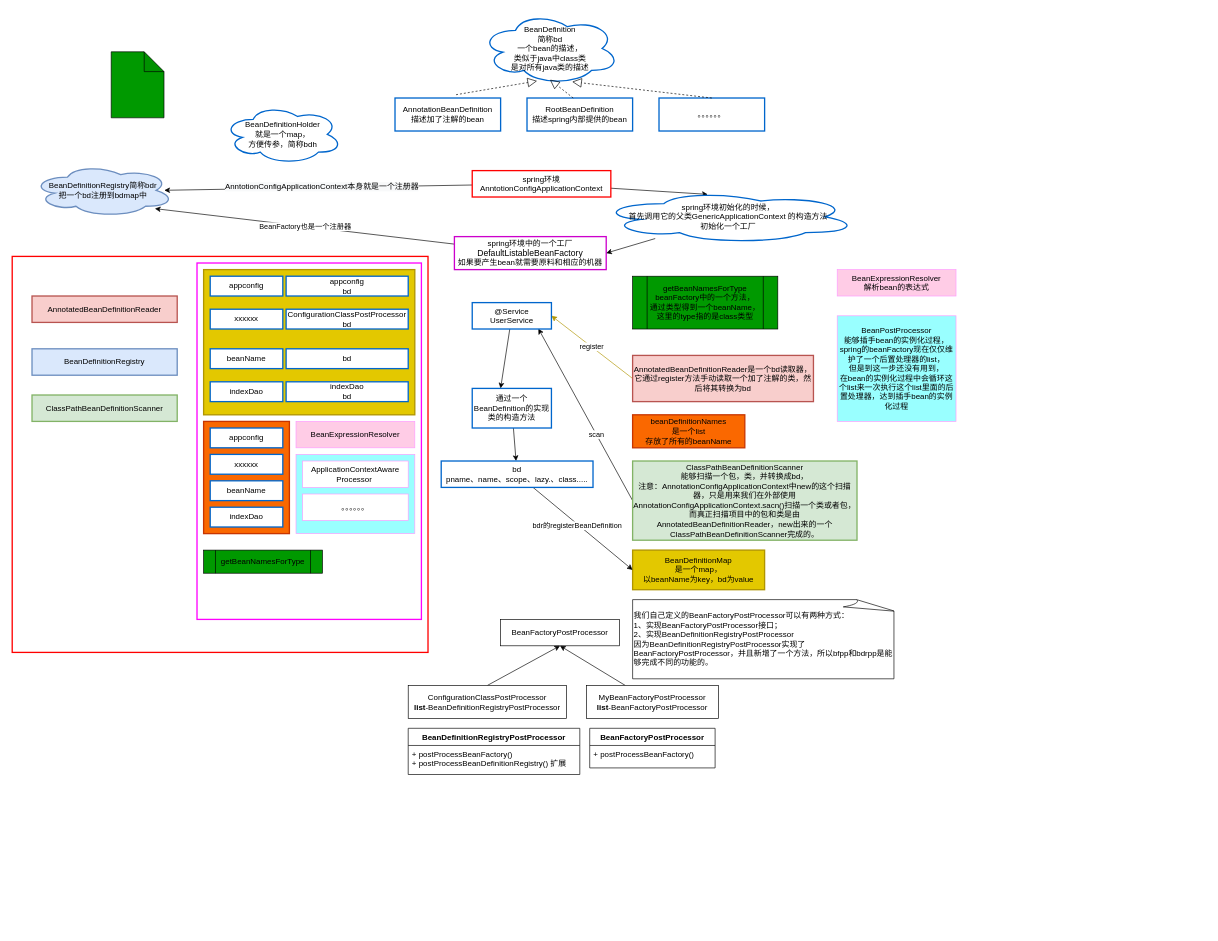
Earlier version of the draw.io diagram 未命名绘图.drawio (Joelovealonge/note). Source tidied: cells renumbered, new cells numbered last; positions are measured from the earlier drawing's top-left corner, leaving out a move shared by most shapes. Both pictures are drawn from the tidied source at 66%, with x=0, y=0 at pixel (12, 12).
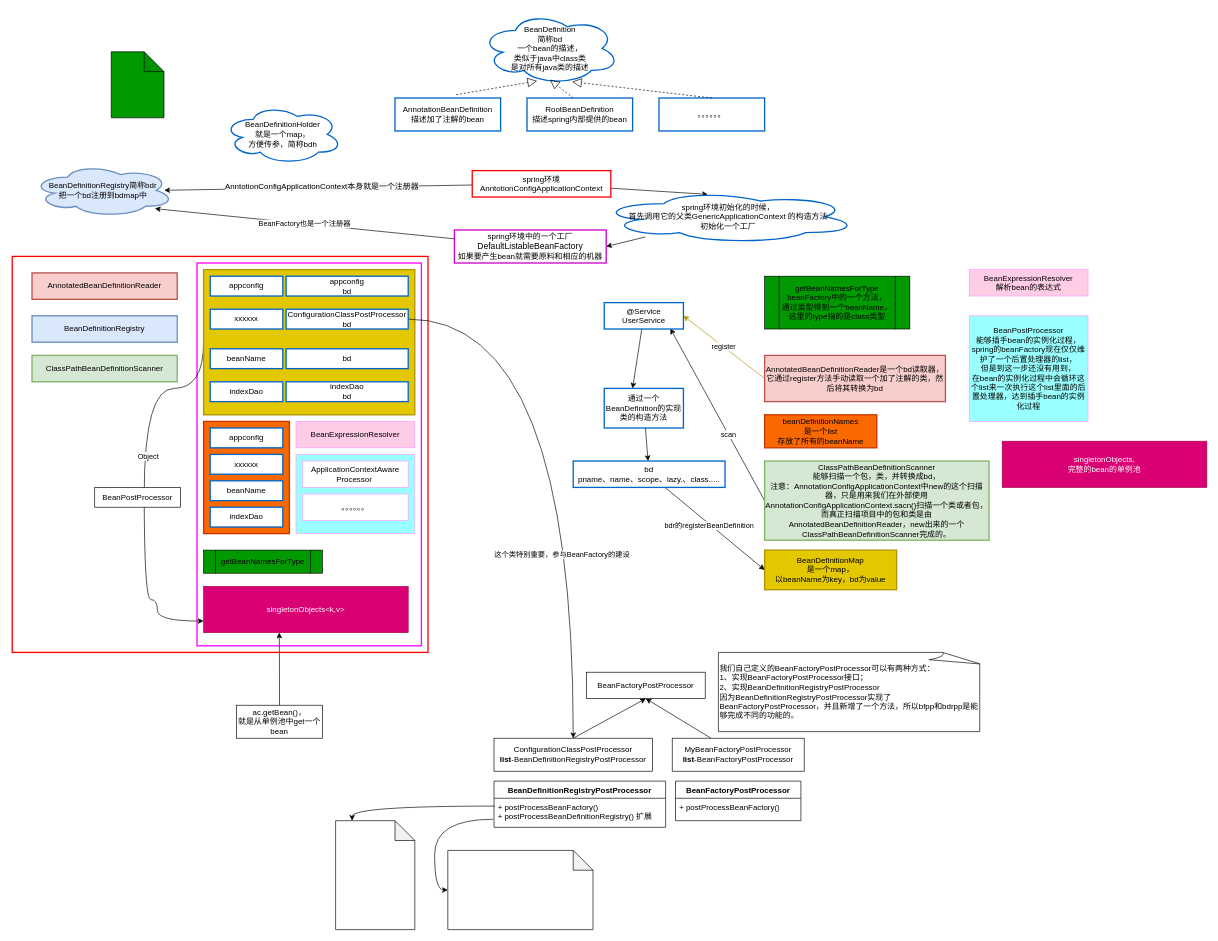
After the change.

Commit message:
更新未命名绘图.drawio

Unchanged cells that the change refers to:
```xml
<mxCell id="10" style="rounded=0;whiteSpace=wrap;html=1;strokeColor=#B09500;strokeWidth=2;fillColor=#e3c800;fontColor=#ffffff;" parent="1" vertex="1">
  <mxGeometry x="290" y="390" width="320" height="220" as="geometry" />
</mxCell>
<mxCell id="33" value="ConfigurationClassPostProcessor&lt;br&gt;bd" style="rounded=0;whiteSpace=wrap;html=1;strokeColor=#0066CC;strokeWidth=2;" parent="1" vertex="1">
  <mxGeometry x="415" y="450" width="185" height="30" as="geometry" />
</mxCell>
<mxCell id="62" value="+ postProcessBeanFactory()&#10;+ postProcessBeanDefinitionRegistry() 扩展&#10;" style="text;strokeColor=none;fillColor=none;align=left;verticalAlign=top;spacingLeft=4;spacingRight=4;overflow=hidden;points=[[0,0.5],[1,0.5]];portConstraint=eastwest;" parent="61" vertex="1">
  <mxGeometry y="26" width="260" height="44" as="geometry" />
</mxCell>
```

The edit, as a diff of the source:
```diff
@@
     <mxCell id="7" style="rounded=0;whiteSpace=wrap;html=1;strokeWidth=2;fillColor=none;strokeColor=#FF00FF;" parent="1" vertex="1">
-      <mxGeometry x="280" y="380" width="340" height="540" as="geometry" />
+      <mxGeometry x="280" y="380" width="340" height="580" as="geometry" />
     </mxCell>
@@
     <mxCell id="9" value="spring环境中的一个工厂&lt;span style=&quot;font-size: 13px&quot;&gt;DefaultListableBeanFactory&lt;br&gt;&lt;/span&gt;如果要产生bean就需要原料和相应的机器" style="rounded=0;whiteSpace=wrap;html=1;strokeWidth=2;strokeColor=#CC00CC;" parent="1" vertex="1">
-      <mxGeometry x="670" y="340" width="230" height="50" as="geometry" />
+      <mxGeometry x="670" y="330" width="230" height="50" as="geometry" />
     </mxCell>
+    <mxCell id="71" style="jettySize=auto;html=1;exitX=0;exitY=0.5;exitDx=0;exitDy=0;entryX=0;entryY=0.75;entryDx=0;entryDy=0;edgeStyle=orthogonalEdgeStyle;curved=1;strokeWidth=1;" parent="1" edge="1" source="10" target="75">
+      <mxGeometry relative="1" as="geometry">
+        <Array as="points">
+          <mxPoint x="290" y="570" />
+          <mxPoint x="200" y="570" />
+          <mxPoint x="200" y="890" />
+          <mxPoint x="220" y="890" />
+          <mxPoint x="220" y="923" />
+        </Array>
+      </mxGeometry>
+    </mxCell>
+    <mxCell id="72" value="Object" style="edgeLabel;html=1;align=center;verticalAlign=middle;" parent="71" vertex="1">
+      <mxGeometry x="-0.13" y="5" relative="1" as="geometry" />
+    </mxCell>
@@
     <mxCell id="14" value="AnnotatedBeanDefinitionReader" style="rounded=0;whiteSpace=wrap;html=1;strokeColor=#b85450;strokeWidth=2;fillColor=#f8cecc;" parent="1" vertex="1">
-      <mxGeometry x="30" y="430" width="220" height="40" as="geometry" />
+      <mxGeometry x="30" y="395" width="220" height="40" as="geometry" />
     </mxCell>
@@
     <mxCell id="16" value="AnnotatedBeanDefinitionReader是一个bd读取器，它通过register方法手动读取一个加了注解的类，然后将其转换为bd" style="rounded=0;whiteSpace=wrap;html=1;strokeColor=#b85450;strokeWidth=2;fillColor=#f8cecc;" parent="1" vertex="1">
-      <mxGeometry x="940" y="520" width="274" height="70" as="geometry" />
+      <mxGeometry x="1140" y="520" width="274" height="70" as="geometry" />
     </mxCell>
     <mxCell id="17" value="BeanDefinitionRegistry" style="rounded=0;whiteSpace=wrap;html=1;strokeColor=#6c8ebf;strokeWidth=2;fillColor=#dae8fc;" parent="1" vertex="1">
-      <mxGeometry x="30" y="510" width="220" height="40" as="geometry" />
+      <mxGeometry x="30" y="460" width="220" height="40" as="geometry" />
     </mxCell>
@@
     <mxCell id="19" value="ClassPathBeanDefinitionScanner" style="rounded=0;whiteSpace=wrap;html=1;strokeColor=#82b366;strokeWidth=2;fillColor=#d5e8d4;" parent="1" vertex="1">
-      <mxGeometry x="30" y="580" width="220" height="40" as="geometry" />
+      <mxGeometry x="30" y="520" width="220" height="40" as="geometry" />
     </mxCell>
@@
     <mxCell id="22" value="ClassPathBeanDefinitionScanner&lt;br&gt;能够扫描一个包，类，并转换成bd，&lt;br&gt;注意：AnnotationConfigApplicationContext中new的这个扫描器，只是用来我们在外部使用AnnotationConfigApplicationContext.sacn()扫描一个类或者包，&lt;br&gt;而真正扫描项目中的包和类是由AnnotatedBeanDefinitionReader，new出来的一个ClassPathBeanDefinitionScanner完成的。" style="rounded=0;whiteSpace=wrap;html=1;strokeColor=#82b366;strokeWidth=2;fillColor=#d5e8d4;" parent="1" vertex="1">
-      <mxGeometry x="940" y="680" width="340" height="120" as="geometry" />
+      <mxGeometry x="1140" y="680" width="340" height="120" as="geometry" />
     </mxCell>
@@
+    <mxCell id="73" style="edgeStyle=orthogonalEdgeStyle;curved=1;jettySize=auto;html=1;strokeWidth=1;" parent="1" edge="1" source="33" target="57">
+      <mxGeometry relative="1" as="geometry" />
+    </mxCell>
+    <mxCell id="74" value="这个类特别重要，参与BeanFactory的建设" style="edgeLabel;html=1;align=center;verticalAlign=middle;" parent="73" vertex="1">
+      <mxGeometry x="0.37" y="-18" relative="1" as="geometry" />
+    </mxCell>
@@
     <mxCell id="35" value="&lt;font color=&quot;#000000&quot;&gt;BeanDefinitionMap&lt;br&gt;是一个map，&lt;br&gt;以beanName为key，bd为value&lt;/font&gt;" style="rounded=0;whiteSpace=wrap;html=1;strokeColor=#B09500;strokeWidth=2;fillColor=#e3c800;fontColor=#ffffff;" parent="1" vertex="1">
-      <mxGeometry x="940" y="815" width="200" height="60" as="geometry" />
+      <mxGeometry x="1140" y="815" width="200" height="60" as="geometry" />
     </mxCell>
@@
     <mxCell id="41" value="&lt;font color=&quot;#000000&quot;&gt;beanDefinitionNames&lt;br&gt;是一个list&lt;br&gt;存放了所有的beanName&lt;/font&gt;" style="rounded=0;whiteSpace=wrap;html=1;strokeColor=#C73500;strokeWidth=2;fillColor=#fa6800;fontColor=#ffffff;" parent="1" vertex="1">
-      <mxGeometry x="940" y="610" width="170" height="50" as="geometry" />
+      <mxGeometry x="1140" y="610" width="170" height="50" as="geometry" />
     </mxCell>
@@
     <mxCell id="43" value="@Service&lt;br&gt;UserService" style="rounded=0;whiteSpace=wrap;html=1;strokeColor=#0066CC;strokeWidth=2;" parent="1" vertex="1">
-      <mxGeometry x="697" y="440" width="120" height="40" as="geometry" />
+      <mxGeometry x="897" y="440" width="120" height="40" as="geometry" />
     </mxCell>
@@
     <mxCell id="45" value="通过一个BeanDefinition的实现类的构造方法" style="rounded=0;whiteSpace=wrap;html=1;strokeColor=#0066CC;strokeWidth=2;" parent="1" vertex="1">
-      <mxGeometry x="697" y="570" width="120" height="60" as="geometry" />
+      <mxGeometry x="897" y="570" width="120" height="60" as="geometry" />
     </mxCell>
@@
     <mxCell id="48" value="bd&lt;br&gt;pname、name、scope、lazy.、class....." style="rounded=0;whiteSpace=wrap;html=1;strokeColor=#0066CC;strokeWidth=2;" parent="1" vertex="1">
-      <mxGeometry x="650" y="680" width="230" height="40" as="geometry" />
+      <mxGeometry x="850" y="680" width="230" height="40" as="geometry" />
     </mxCell>
@@
     <mxCell id="53" value="BeanPostProcessor&lt;br&gt;能够插手bean的实例化过程，&lt;br&gt;spring的beanFactory现在仅仅维护了一个后置处理器的list，&lt;br&gt;但是到这一步还没有用到，&lt;br&gt;在bean的实例化过程中会循环这个list来一次执行这个list里面的后置处理器，达到插手bean的实例化过程" style="rounded=0;whiteSpace=wrap;html=1;strokeColor=#FF99FF;fillColor=#99FFFF;" parent="1" vertex="1">
-      <mxGeometry x="1250" y="460" width="180" height="160" as="geometry" />
+      <mxGeometry x="1450" y="460" width="180" height="160" as="geometry" />
     </mxCell>
     <mxCell id="54" value="BeanExpressionResolver&lt;br&gt;解析bean的表达式" style="rounded=0;whiteSpace=wrap;html=1;strokeColor=#FF99FF;fillColor=#FFCCE6;" parent="1" vertex="1">
-      <mxGeometry x="1250" y="390" width="180" height="40" as="geometry" />
+      <mxGeometry x="1450" y="390" width="180" height="40" as="geometry" />
     </mxCell>
     <mxCell id="55" value="BeanFactoryPostProcessor" style="rounded=0;whiteSpace=wrap;html=1;fillColor=#FFFFFF;" parent="1" vertex="1">
-      <mxGeometry x="740" y="920" width="180" height="40" as="geometry" />
+      <mxGeometry x="870" y="1000" width="180" height="40" as="geometry" />
     </mxCell>
@@
     <mxCell id="57" value="ConfigurationClassPostProcessor&lt;br&gt;&lt;b&gt;list&lt;/b&gt;-BeanDefinitionRegistryPostProcessor" style="rounded=0;whiteSpace=wrap;html=1;fillColor=#FFFFFF;" parent="1" vertex="1">
-      <mxGeometry x="600" y="1020" width="240" height="50" as="geometry" />
+      <mxGeometry x="730" y="1100" width="240" height="50" as="geometry" />
     </mxCell>
@@
     <mxCell id="59" value="MyBeanFactoryPostProcessor&lt;br&gt;&lt;b&gt;list&lt;/b&gt;-BeanFactoryPostProcessor" style="rounded=0;whiteSpace=wrap;html=1;fillColor=#FFFFFF;" parent="1" vertex="1">
-      <mxGeometry x="870" y="1020" width="200" height="50" as="geometry" />
+      <mxGeometry x="1000" y="1100" width="200" height="50" as="geometry" />
     </mxCell>
     <mxCell id="60" value="我们自己定义的BeanFactoryPostProcessor可以有两种方式：&lt;br&gt;1、实现BeanFactoryPostProcessor接口；&lt;br&gt;2、实现BeanDefinitionRegistryPostProcessor&lt;br&gt;因为BeanDefinitionRegistryPostProcessor实现了BeanFactoryPostProcessor，并且新增了一个方法，所以bfpp和bdrpp是能够完成不同的功能的。" style="whiteSpace=wrap;html=1;shape=mxgraph.basic.document;strokeColor=#000000;fillColor=#FFFFFF;align=left;" parent="1" vertex="1">
-      <mxGeometry x="940" y="890" width="400" height="120" as="geometry" />
+      <mxGeometry x="1070" y="970" width="400" height="120" as="geometry" />
     </mxCell>
     <mxCell id="61" value="BeanDefinitionRegistryPostProcessor" style="swimlane;fontStyle=1;align=center;verticalAlign=top;horizontal=1;startSize=26;strokeColor=#000000;fillColor=#FFFFFF;" parent="1" vertex="1">
-      <mxGeometry x="600" y="1085" width="260" height="70" as="geometry" />
+      <mxGeometry x="730" y="1165" width="260" height="70" as="geometry" />
     </mxCell>
@@
     <mxCell id="63" value="BeanFactoryPostProcessor" style="swimlane;fontStyle=1;align=center;verticalAlign=top;horizontal=1;startSize=26;strokeColor=#000000;fillColor=#FFFFFF;" parent="1" vertex="1">
-      <mxGeometry x="875" y="1085" width="190" height="60" as="geometry" />
+      <mxGeometry x="1005" y="1165" width="190" height="60" as="geometry" />
     </mxCell>
@@
     <mxCell id="69" value="getBeanNamesForType&lt;br&gt;beanFactory中的一个方法，&lt;br&gt;通过类型得到一个beanName，&lt;br&gt;这里的type指的是class类型" style="shape=process;whiteSpace=wrap;html=1;backgroundOutline=1;strokeColor=#000000;fillColor=#009900;" parent="1" vertex="1">
-      <mxGeometry x="940" y="400" width="220" height="80" as="geometry" />
+      <mxGeometry x="1140" y="400" width="220" height="80" as="geometry" />
     </mxCell>
@@
+    <mxCell id="75" value="singletonObjects&amp;lt;k,v&amp;gt;" style="rounded=0;whiteSpace=wrap;html=1;fillColor=#d80073;strokeColor=#A50040;fontColor=#ffffff;" parent="1" vertex="1">
+      <mxGeometry x="290" y="870" width="310" height="70" as="geometry" />
+    </mxCell>
+    <mxCell id="76" value="BeanPostProcessor" style="rounded=0;whiteSpace=wrap;html=1;" parent="1" vertex="1">
+      <mxGeometry x="125" y="720" width="130" height="30" as="geometry" />
+    </mxCell>
+    <mxCell id="77" style="jettySize=auto;html=1;entryX=0.37;entryY=1;entryDx=0;entryDy=0;entryPerimeter=0;strokeWidth=1;edgeStyle=orthogonalEdgeStyle;curved=1;" parent="1" edge="1" source="78" target="75">
+      <mxGeometry relative="1" as="geometry" />
+    </mxCell>
+    <mxCell id="78" value="ac.getBean()，&lt;br&gt;就是从单例池中get一个bean" style="rounded=0;whiteSpace=wrap;html=1;" parent="1" vertex="1">
+      <mxGeometry x="340" y="1050" width="130" height="50" as="geometry" />
+    </mxCell>
+    <mxCell id="79" value="singletonObjects,&lt;br&gt;完整的bean的单例池" style="rounded=0;whiteSpace=wrap;html=1;fillColor=#d80073;strokeColor=#A50040;fontColor=#ffffff;" parent="1" vertex="1">
+      <mxGeometry x="1500" y="650" width="310" height="70" as="geometry" />
+    </mxCell>
+    <mxCell id="80" style="shape=note;whiteSpace=wrap;html=1;backgroundOutline=1;darkOpacity=0.05;" parent="1" vertex="1">
+      <mxGeometry x="490" y="1225" width="120" height="165" as="geometry" />
+    </mxCell>
+    <mxCell id="81" style="edgeStyle=orthogonalEdgeStyle;curved=1;jettySize=auto;html=1;entryX=0;entryY=0;entryDx=25;entryDy=0;entryPerimeter=0;strokeWidth=1;exitX=0.006;exitY=0.269;exitDx=0;exitDy=0;exitPerimeter=0;" parent="1" edge="1" source="62" target="80">
+      <mxGeometry relative="1" as="geometry" />
+    </mxCell>
+    <mxCell id="82" style="shape=note;whiteSpace=wrap;html=1;backgroundOutline=1;darkOpacity=0.05;" parent="1" vertex="1">
+      <mxGeometry x="660" y="1270" width="220" height="120" as="geometry" />
+    </mxCell>
+    <mxCell id="83" style="edgeStyle=orthogonalEdgeStyle;curved=1;jettySize=auto;html=1;entryX=0;entryY=0.5;entryDx=0;entryDy=0;entryPerimeter=0;strokeWidth=1;exitX=-0.006;exitY=0.723;exitDx=0;exitDy=0;exitPerimeter=0;" parent="1" edge="1" source="62" target="82">
+      <mxGeometry relative="1" as="geometry" />
+    </mxCell>
```
